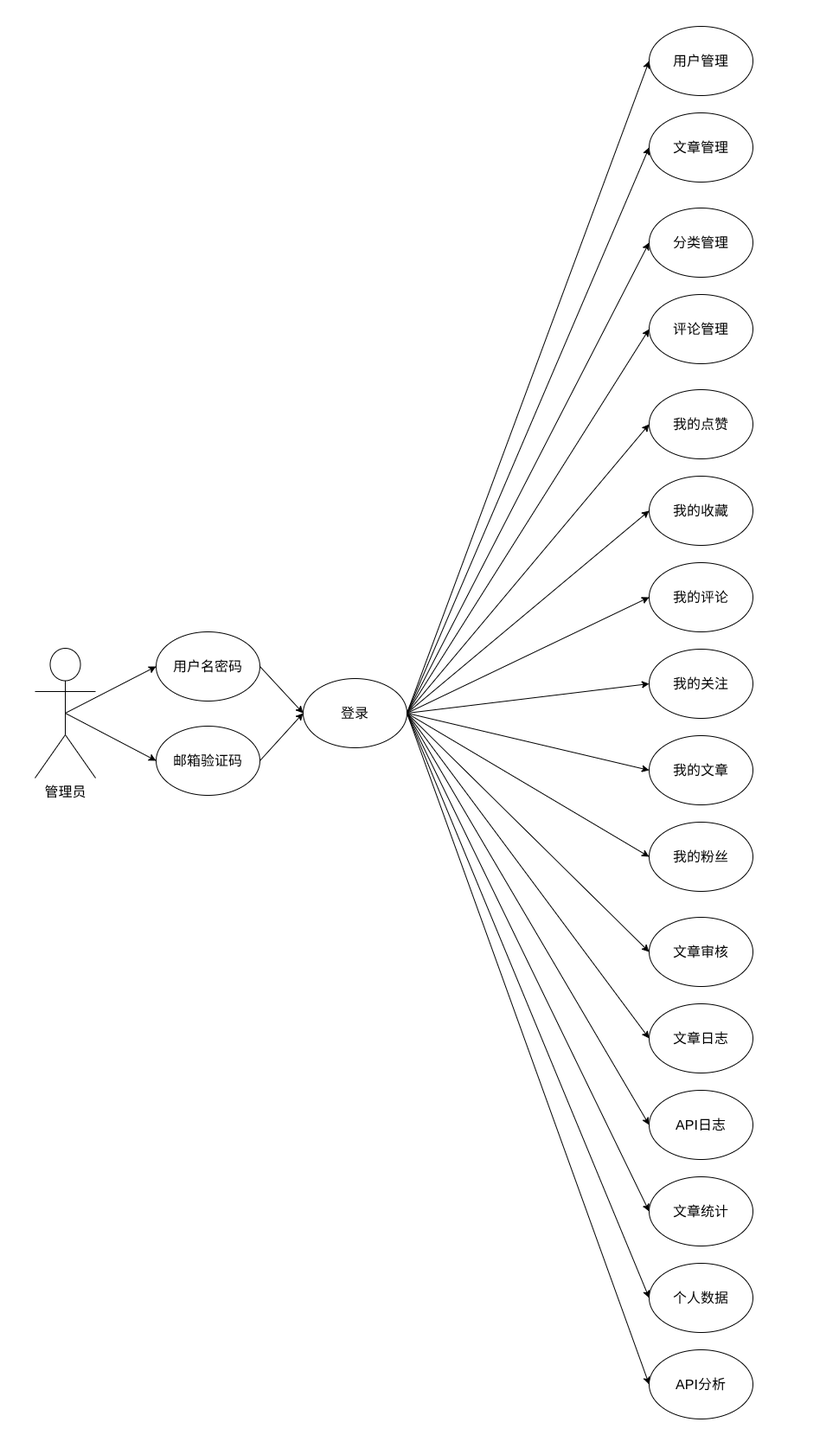
Above: static/pic/uml_admin.drawio.png in hongch666/mix-web-demo (draw.io), before the change. Source tidied: cells renumbered, new cells last; positions are measured from the earlier drawing's top-left corner, leaving out a move shared by most shapes.
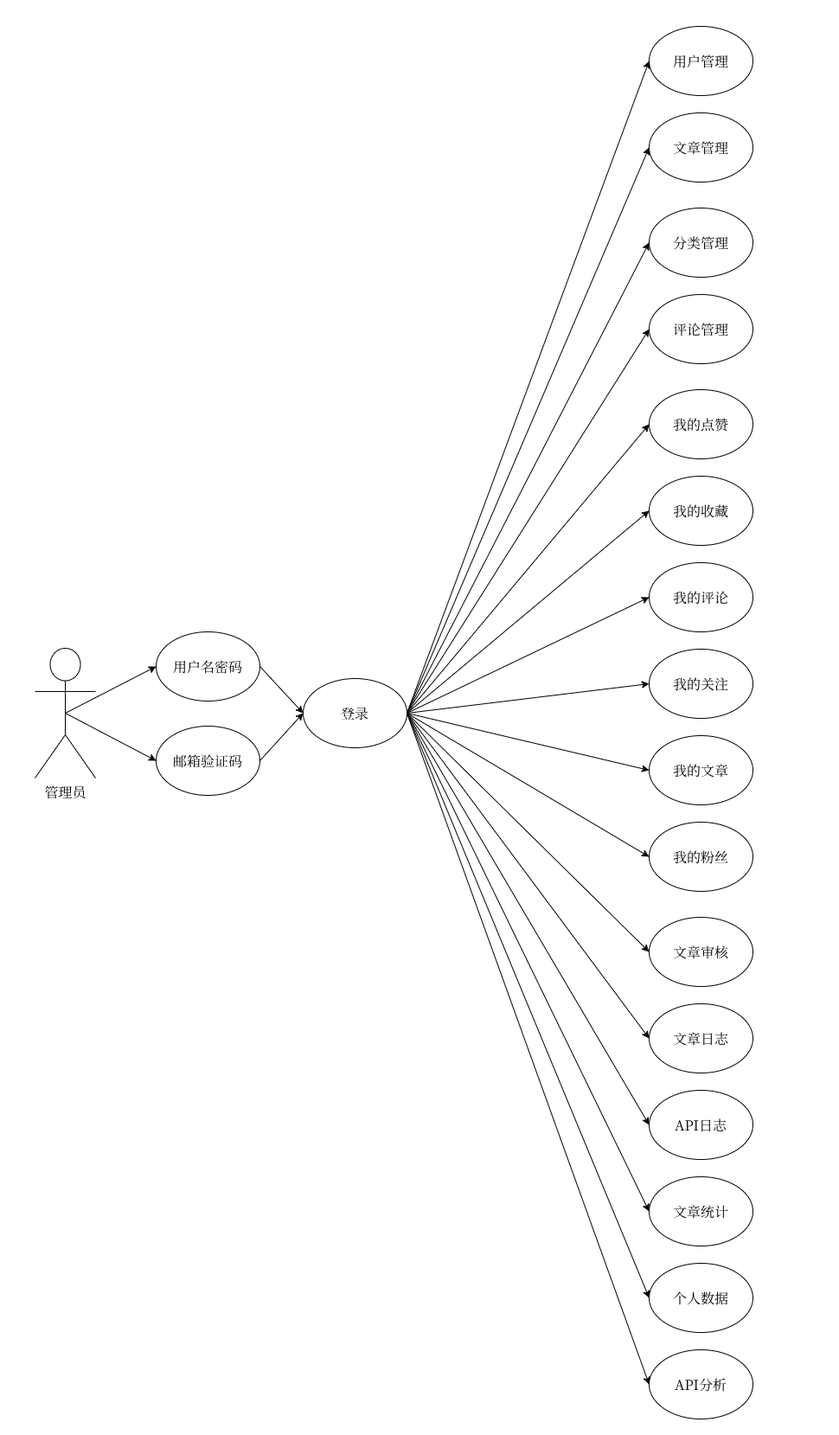
The same diagram one commit later.

What changed in the source:
```diff
@@ -2,139 +2,139 @@
   <root>
     <mxCell id="0" />
     <mxCell id="1" parent="0" />
-    <mxCell id="2" style="edgeStyle=none;html=1;exitX=0.5;exitY=0.5;exitDx=0;exitDy=0;exitPerimeter=0;entryX=0;entryY=0.5;entryDx=0;entryDy=0;" parent="1" edge="1" source="4" target="44">
+    <mxCell id="2" style="edgeStyle=none;html=1;exitX=0.5;exitY=0.5;exitDx=0;exitDy=0;exitPerimeter=0;entryX=0;entryY=0.5;entryDx=0;entryDy=0;fontFamily=宋体;" parent="1" edge="1" source="4" target="44">
       <mxGeometry relative="1" as="geometry" />
     </mxCell>
-    <mxCell id="3" style="edgeStyle=none;html=1;exitX=0.5;exitY=0.5;exitDx=0;exitDy=0;exitPerimeter=0;entryX=0;entryY=0.5;entryDx=0;entryDy=0;" parent="1" edge="1" source="4" target="46">
+    <mxCell id="3" style="edgeStyle=none;html=1;exitX=0.5;exitY=0.5;exitDx=0;exitDy=0;exitPerimeter=0;entryX=0;entryY=0.5;entryDx=0;entryDy=0;fontFamily=宋体;" parent="1" edge="1" source="4" target="46">
       <mxGeometry relative="1" as="geometry" />
     </mxCell>
-    <mxCell id="4" value="管理员" style="shape=umlActor;verticalLabelPosition=bottom;verticalAlign=top;outlineConnect=0;html=1;direction=east;fontSize=16;" parent="1" vertex="1">
+    <mxCell id="4" value="管理员" style="shape=umlActor;verticalLabelPosition=bottom;verticalAlign=top;outlineConnect=0;html=1;direction=east;fontSize=16;fontFamily=宋体;" parent="1" vertex="1">
       <mxGeometry x="40" y="749" width="70" height="150" as="geometry" />
     </mxCell>
-    <mxCell id="5" style="edgeStyle=none;html=1;exitX=1;exitY=0.5;exitDx=0;exitDy=0;entryX=0;entryY=0.5;entryDx=0;entryDy=0;" parent="1" edge="1" source="21" target="35">
+    <mxCell id="5" style="edgeStyle=none;html=1;exitX=1;exitY=0.5;exitDx=0;exitDy=0;entryX=0;entryY=0.5;entryDx=0;entryDy=0;fontFamily=宋体;" parent="1" edge="1" source="21" target="35">
       <mxGeometry relative="1" as="geometry" />
     </mxCell>
-    <mxCell id="6" style="edgeStyle=none;html=1;exitX=1;exitY=0.5;exitDx=0;exitDy=0;entryX=0;entryY=0.5;entryDx=0;entryDy=0;" parent="1" edge="1" source="21" target="22">
+    <mxCell id="6" style="edgeStyle=none;html=1;exitX=1;exitY=0.5;exitDx=0;exitDy=0;entryX=0;entryY=0.5;entryDx=0;entryDy=0;fontFamily=宋体;" parent="1" edge="1" source="21" target="22">
       <mxGeometry relative="1" as="geometry" />
     </mxCell>
-    <mxCell id="7" style="edgeStyle=none;html=1;exitX=1;exitY=0.5;exitDx=0;exitDy=0;entryX=0;entryY=0.5;entryDx=0;entryDy=0;" parent="1" edge="1" source="21" target="36">
+    <mxCell id="7" style="edgeStyle=none;html=1;exitX=1;exitY=0.5;exitDx=0;exitDy=0;entryX=0;entryY=0.5;entryDx=0;entryDy=0;fontFamily=宋体;" parent="1" edge="1" source="21" target="36">
       <mxGeometry relative="1" as="geometry" />
     </mxCell>
-    <mxCell id="8" style="edgeStyle=none;html=1;exitX=1;exitY=0.5;exitDx=0;exitDy=0;entryX=0;entryY=0.5;entryDx=0;entryDy=0;" parent="1" edge="1" source="21" target="37">
+    <mxCell id="8" style="edgeStyle=none;html=1;exitX=1;exitY=0.5;exitDx=0;exitDy=0;entryX=0;entryY=0.5;entryDx=0;entryDy=0;fontFamily=宋体;" parent="1" edge="1" source="21" target="37">
       <mxGeometry relative="1" as="geometry" />
     </mxCell>
-    <mxCell id="9" style="edgeStyle=none;html=1;exitX=1;exitY=0.5;exitDx=0;exitDy=0;entryX=0;entryY=0.5;entryDx=0;entryDy=0;" parent="1" edge="1" source="21" target="23">
+    <mxCell id="9" style="edgeStyle=none;html=1;exitX=1;exitY=0.5;exitDx=0;exitDy=0;entryX=0;entryY=0.5;entryDx=0;entryDy=0;fontFamily=宋体;" parent="1" edge="1" source="21" target="23">
       <mxGeometry relative="1" as="geometry" />
     </mxCell>
-    <mxCell id="10" style="edgeStyle=none;html=1;exitX=1;exitY=0.5;exitDx=0;exitDy=0;entryX=0;entryY=0.5;entryDx=0;entryDy=0;" parent="1" edge="1" source="21" target="24">
+    <mxCell id="10" style="edgeStyle=none;html=1;exitX=1;exitY=0.5;exitDx=0;exitDy=0;entryX=0;entryY=0.5;entryDx=0;entryDy=0;fontFamily=宋体;" parent="1" edge="1" source="21" target="24">
       <mxGeometry relative="1" as="geometry" />
     </mxCell>
-    <mxCell id="11" style="edgeStyle=none;html=1;exitX=1;exitY=0.5;exitDx=0;exitDy=0;entryX=0;entryY=0.5;entryDx=0;entryDy=0;" parent="1" edge="1" source="21" target="25">
+    <mxCell id="11" style="edgeStyle=none;html=1;exitX=1;exitY=0.5;exitDx=0;exitDy=0;entryX=0;entryY=0.5;entryDx=0;entryDy=0;fontFamily=宋体;" parent="1" edge="1" source="21" target="25">
       <mxGeometry relative="1" as="geometry" />
     </mxCell>
-    <mxCell id="12" style="edgeStyle=none;html=1;exitX=1;exitY=0.5;exitDx=0;exitDy=0;entryX=0;entryY=0.5;entryDx=0;entryDy=0;" parent="1" edge="1" source="21" target="26">
+    <mxCell id="12" style="edgeStyle=none;html=1;exitX=1;exitY=0.5;exitDx=0;exitDy=0;entryX=0;entryY=0.5;entryDx=0;entryDy=0;fontFamily=宋体;" parent="1" edge="1" source="21" target="26">
       <mxGeometry relative="1" as="geometry" />
     </mxCell>
-    <mxCell id="13" style="edgeStyle=none;html=1;exitX=1;exitY=0.5;exitDx=0;exitDy=0;entryX=0;entryY=0.5;entryDx=0;entryDy=0;" parent="1" edge="1" source="21" target="27">
+    <mxCell id="13" style="edgeStyle=none;html=1;exitX=1;exitY=0.5;exitDx=0;exitDy=0;entryX=0;entryY=0.5;entryDx=0;entryDy=0;fontFamily=宋体;" parent="1" edge="1" source="21" target="27">
       <mxGeometry relative="1" as="geometry" />
     </mxCell>
-    <mxCell id="14" style="edgeStyle=none;html=1;exitX=1;exitY=0.5;exitDx=0;exitDy=0;entryX=0;entryY=0.5;entryDx=0;entryDy=0;" parent="1" edge="1" source="21" target="28">
+    <mxCell id="14" style="edgeStyle=none;html=1;exitX=1;exitY=0.5;exitDx=0;exitDy=0;entryX=0;entryY=0.5;entryDx=0;entryDy=0;fontFamily=宋体;" parent="1" edge="1" source="21" target="28">
       <mxGeometry relative="1" as="geometry" />
     </mxCell>
-    <mxCell id="15" style="edgeStyle=none;html=1;exitX=1;exitY=0.5;exitDx=0;exitDy=0;entryX=0;entryY=0.5;entryDx=0;entryDy=0;" parent="1" edge="1" source="21" target="38">
+    <mxCell id="15" style="edgeStyle=none;html=1;exitX=1;exitY=0.5;exitDx=0;exitDy=0;entryX=0;entryY=0.5;entryDx=0;entryDy=0;fontFamily=宋体;" parent="1" edge="1" source="21" target="38">
       <mxGeometry relative="1" as="geometry" />
     </mxCell>
-    <mxCell id="16" style="edgeStyle=none;html=1;exitX=1;exitY=0.5;exitDx=0;exitDy=0;entryX=0;entryY=0.5;entryDx=0;entryDy=0;" parent="1" edge="1" source="21" target="39">
+    <mxCell id="16" style="edgeStyle=none;html=1;exitX=1;exitY=0.5;exitDx=0;exitDy=0;entryX=0;entryY=0.5;entryDx=0;entryDy=0;fontFamily=宋体;" parent="1" edge="1" source="21" target="39">
       <mxGeometry relative="1" as="geometry" />
     </mxCell>
-    <mxCell id="17" style="edgeStyle=none;html=1;exitX=1;exitY=0.5;exitDx=0;exitDy=0;entryX=0;entryY=0.5;entryDx=0;entryDy=0;" parent="1" edge="1" source="21" target="40">
+    <mxCell id="17" style="edgeStyle=none;html=1;exitX=1;exitY=0.5;exitDx=0;exitDy=0;entryX=0;entryY=0.5;entryDx=0;entryDy=0;fontFamily=宋体;" parent="1" edge="1" source="21" target="40">
       <mxGeometry relative="1" as="geometry" />
     </mxCell>
-    <mxCell id="18" style="edgeStyle=none;html=1;exitX=1;exitY=0.5;exitDx=0;exitDy=0;entryX=0;entryY=0.5;entryDx=0;entryDy=0;" parent="1" edge="1" source="21" target="29">
+    <mxCell id="18" style="edgeStyle=none;html=1;exitX=1;exitY=0.5;exitDx=0;exitDy=0;entryX=0;entryY=0.5;entryDx=0;entryDy=0;fontFamily=宋体;" parent="1" edge="1" source="21" target="29">
       <mxGeometry relative="1" as="geometry" />
     </mxCell>
-    <mxCell id="19" style="edgeStyle=none;html=1;exitX=1;exitY=0.5;exitDx=0;exitDy=0;entryX=0;entryY=0.5;entryDx=0;entryDy=0;" parent="1" edge="1" source="21" target="30">
+    <mxCell id="19" style="edgeStyle=none;html=1;exitX=1;exitY=0.5;exitDx=0;exitDy=0;entryX=0;entryY=0.5;entryDx=0;entryDy=0;fontFamily=宋体;" parent="1" edge="1" source="21" target="30">
       <mxGeometry relative="1" as="geometry" />
     </mxCell>
-    <mxCell id="20" style="edgeStyle=none;html=1;exitX=1;exitY=0.5;exitDx=0;exitDy=0;entryX=0;entryY=0.5;entryDx=0;entryDy=0;" parent="1" edge="1" source="21" target="41">
+    <mxCell id="20" style="edgeStyle=none;html=1;exitX=1;exitY=0.5;exitDx=0;exitDy=0;entryX=0;entryY=0.5;entryDx=0;entryDy=0;fontFamily=宋体;" parent="1" edge="1" source="21" target="41">
       <mxGeometry relative="1" as="geometry" />
     </mxCell>
-    <mxCell id="21" value="登录" style="ellipse;whiteSpace=wrap;html=1;fillColor=none;fontSize=16;" parent="1" vertex="1">
+    <mxCell id="21" value="登录" style="ellipse;whiteSpace=wrap;html=1;fillColor=none;fontSize=16;fontFamily=宋体;" parent="1" vertex="1">
       <mxGeometry x="350" y="784" width="120" height="80" as="geometry" />
     </mxCell>
-    <mxCell id="22" value="文章管理" style="ellipse;whiteSpace=wrap;html=1;fillColor=none;fontSize=16;" parent="1" vertex="1">
+    <mxCell id="22" value="文章管理" style="ellipse;whiteSpace=wrap;html=1;fillColor=none;fontSize=16;fontFamily=宋体;" parent="1" vertex="1">
       <mxGeometry x="750" y="130" width="120" height="80" as="geometry" />
     </mxCell>
-    <mxCell id="23" value="我的点赞" style="ellipse;whiteSpace=wrap;html=1;fillColor=none;fontSize=16;" parent="1" vertex="1">
+    <mxCell id="23" value="我的点赞" style="ellipse;whiteSpace=wrap;html=1;fillColor=none;fontSize=16;fontFamily=宋体;" parent="1" vertex="1">
       <mxGeometry x="750" y="450" width="120" height="80" as="geometry" />
     </mxCell>
-    <mxCell id="24" value="我的收藏" style="ellipse;whiteSpace=wrap;html=1;fillColor=none;fontSize=16;" parent="1" vertex="1">
+    <mxCell id="24" value="我的收藏" style="ellipse;whiteSpace=wrap;html=1;fillColor=none;fontSize=16;fontFamily=宋体;" parent="1" vertex="1">
       <mxGeometry x="750" y="550" width="120" height="80" as="geometry" />
     </mxCell>
-    <mxCell id="25" value="我的评论" style="ellipse;whiteSpace=wrap;html=1;fillColor=none;fontSize=16;" parent="1" vertex="1">
+    <mxCell id="25" value="我的评论" style="ellipse;whiteSpace=wrap;html=1;fillColor=none;fontSize=16;fontFamily=宋体;" parent="1" vertex="1">
       <mxGeometry x="750" y="650" width="120" height="80" as="geometry" />
     </mxCell>
-    <mxCell id="26" value="我的关注" style="ellipse;whiteSpace=wrap;html=1;fillColor=none;fontSize=16;" parent="1" vertex="1">
+    <mxCell id="26" value="我的关注" style="ellipse;whiteSpace=wrap;html=1;fillColor=none;fontSize=16;fontFamily=宋体;" parent="1" vertex="1">
       <mxGeometry x="750" y="750" width="120" height="80" as="geometry" />
     </mxCell>
-    <mxCell id="27" value="我的文章" style="ellipse;whiteSpace=wrap;html=1;fillColor=none;fontSize=16;" parent="1" vertex="1">
+    <mxCell id="27" value="我的文章" style="ellipse;whiteSpace=wrap;html=1;fillColor=none;fontSize=16;fontFamily=宋体;" parent="1" vertex="1">
       <mxGeometry x="750" y="850" width="120" height="80" as="geometry" />
     </mxCell>
-    <mxCell id="28" value="我的粉丝" style="ellipse;whiteSpace=wrap;html=1;fillColor=none;fontSize=16;" parent="1" vertex="1">
+    <mxCell id="28" value="我的粉丝" style="ellipse;whiteSpace=wrap;html=1;fillColor=none;fontSize=16;fontFamily=宋体;" parent="1" vertex="1">
       <mxGeometry x="750" y="950" width="120" height="80" as="geometry" />
     </mxCell>
-    <mxCell id="29" value="文章统计" style="ellipse;whiteSpace=wrap;html=1;fillColor=none;fontSize=16;" parent="1" vertex="1">
+    <mxCell id="29" value="文章统计" style="ellipse;whiteSpace=wrap;html=1;fillColor=none;fontSize=16;fontFamily=宋体;" parent="1" vertex="1">
       <mxGeometry x="750" y="1360" width="120" height="80" as="geometry" />
     </mxCell>
-    <mxCell id="30" value="个人数据" style="ellipse;whiteSpace=wrap;html=1;fillColor=none;fontSize=16;" parent="1" vertex="1">
+    <mxCell id="30" value="个人数据" style="ellipse;whiteSpace=wrap;html=1;fillColor=none;fontSize=16;fontFamily=宋体;" parent="1" vertex="1">
       <mxGeometry x="750" y="1460" width="120" height="80" as="geometry" />
     </mxCell>
-    <mxCell id="31" style="rounded=0;whiteSpace=wrap;html=1;textOpacity=0;labelBorderColor=light-dark(#000000,#FFFFFF);fontColor=none;noLabel=1;strokeColor=none;" parent="1" vertex="1">
+    <mxCell id="31" style="rounded=0;whiteSpace=wrap;html=1;textOpacity=0;labelBorderColor=light-dark(#000000,#FFFFFF);fontColor=none;noLabel=1;strokeColor=none;fontFamily=宋体;" parent="1" vertex="1">
       <mxGeometry y="809" width="20" height="30" as="geometry" />
     </mxCell>
-    <mxCell id="32" style="rounded=0;whiteSpace=wrap;html=1;textOpacity=0;labelBorderColor=light-dark(#000000,#FFFFFF);fontColor=none;noLabel=1;strokeColor=none;" parent="1" vertex="1">
+    <mxCell id="32" style="rounded=0;whiteSpace=wrap;html=1;textOpacity=0;labelBorderColor=light-dark(#000000,#FFFFFF);fontColor=none;noLabel=1;strokeColor=none;fontFamily=宋体;" parent="1" vertex="1">
       <mxGeometry x="450" y="1629" width="20" height="30" as="geometry" />
     </mxCell>
-    <mxCell id="33" style="rounded=0;whiteSpace=wrap;html=1;textOpacity=0;labelBorderColor=light-dark(#000000,#FFFFFF);fontColor=none;noLabel=1;strokeColor=none;" parent="1" vertex="1">
+    <mxCell id="33" style="rounded=0;whiteSpace=wrap;html=1;textOpacity=0;labelBorderColor=light-dark(#000000,#FFFFFF);fontColor=none;noLabel=1;strokeColor=none;fontFamily=宋体;" parent="1" vertex="1">
       <mxGeometry x="950" y="620" width="20" height="30" as="geometry" />
     </mxCell>
-    <mxCell id="34" style="rounded=0;whiteSpace=wrap;html=1;textOpacity=0;labelBorderColor=light-dark(#000000,#FFFFFF);fontColor=none;noLabel=1;strokeColor=none;" parent="1" vertex="1">
+    <mxCell id="34" style="rounded=0;whiteSpace=wrap;html=1;textOpacity=0;labelBorderColor=light-dark(#000000,#FFFFFF);fontColor=none;noLabel=1;strokeColor=none;fontFamily=宋体;" parent="1" vertex="1">
       <mxGeometry x="504" y="334" width="20" height="30" as="geometry" />
     </mxCell>
-    <mxCell id="35" value="用户管理" style="ellipse;whiteSpace=wrap;html=1;fillColor=none;fontSize=16;" parent="1" vertex="1">
+    <mxCell id="35" value="用户管理" style="ellipse;whiteSpace=wrap;html=1;fillColor=none;fontSize=16;fontFamily=宋体;" parent="1" vertex="1">
       <mxGeometry x="750" y="30" width="120" height="80" as="geometry" />
     </mxCell>
-    <mxCell id="36" value="分类管理" style="ellipse;whiteSpace=wrap;html=1;fillColor=none;fontSize=16;" parent="1" vertex="1">
+    <mxCell id="36" value="分类管理" style="ellipse;whiteSpace=wrap;html=1;fillColor=none;fontSize=16;fontFamily=宋体;" parent="1" vertex="1">
       <mxGeometry x="750" y="240" width="120" height="80" as="geometry" />
     </mxCell>
-    <mxCell id="37" value="评论管理" style="ellipse;whiteSpace=wrap;html=1;fillColor=none;fontSize=16;" parent="1" vertex="1">
+    <mxCell id="37" value="评论管理" style="ellipse;whiteSpace=wrap;html=1;fillColor=none;fontSize=16;fontFamily=宋体;" parent="1" vertex="1">
       <mxGeometry x="750" y="340" width="120" height="80" as="geometry" />
     </mxCell>
-    <mxCell id="38" value="文章审核" style="ellipse;whiteSpace=wrap;html=1;fillColor=none;fontSize=16;" parent="1" vertex="1">
+    <mxCell id="38" value="文章审核" style="ellipse;whiteSpace=wrap;html=1;fillColor=none;fontSize=16;fontFamily=宋体;" parent="1" vertex="1">
       <mxGeometry x="750" y="1060" width="120" height="80" as="geometry" />
     </mxCell>
-    <mxCell id="39" value="文章日志" style="ellipse;whiteSpace=wrap;html=1;fillColor=none;fontSize=16;" parent="1" vertex="1">
+    <mxCell id="39" value="文章日志" style="ellipse;whiteSpace=wrap;html=1;fillColor=none;fontSize=16;fontFamily=宋体;" parent="1" vertex="1">
       <mxGeometry x="750" y="1160" width="120" height="80" as="geometry" />
     </mxCell>
-    <mxCell id="40" value="API日志" style="ellipse;whiteSpace=wrap;html=1;fillColor=none;fontSize=16;" parent="1" vertex="1">
+    <mxCell id="40" value="API日志" style="ellipse;whiteSpace=wrap;html=1;fillColor=none;fontSize=16;fontFamily=宋体;" parent="1" vertex="1">
       <mxGeometry x="750" y="1260" width="120" height="80" as="geometry" />
     </mxCell>
-    <mxCell id="41" value="API分析" style="ellipse;whiteSpace=wrap;html=1;fillColor=none;fontSize=16;" parent="1" vertex="1">
+    <mxCell id="41" value="API分析" style="ellipse;whiteSpace=wrap;html=1;fillColor=none;fontSize=16;fontFamily=宋体;" parent="1" vertex="1">
       <mxGeometry x="750" y="1560" width="120" height="80" as="geometry" />
     </mxCell>
-    <mxCell id="42" style="rounded=0;whiteSpace=wrap;html=1;textOpacity=0;labelBorderColor=light-dark(#000000,#FFFFFF);fontColor=none;noLabel=1;strokeColor=none;" parent="1" vertex="1">
+    <mxCell id="42" style="rounded=0;whiteSpace=wrap;html=1;textOpacity=0;labelBorderColor=light-dark(#000000,#FFFFFF);fontColor=none;noLabel=1;strokeColor=none;fontFamily=宋体;" parent="1" vertex="1">
       <mxGeometry x="650" width="20" height="30" as="geometry" />
     </mxCell>
-    <mxCell id="43" style="edgeStyle=none;html=1;exitX=1;exitY=0.5;exitDx=0;exitDy=0;entryX=0;entryY=0.5;entryDx=0;entryDy=0;" parent="1" edge="1" source="44" target="21">
+    <mxCell id="43" style="edgeStyle=none;html=1;exitX=1;exitY=0.5;exitDx=0;exitDy=0;entryX=0;entryY=0.5;entryDx=0;entryDy=0;fontFamily=宋体;" parent="1" edge="1" source="44" target="21">
       <mxGeometry relative="1" as="geometry" />
     </mxCell>
-    <mxCell id="44" value="用户名密码" style="ellipse;whiteSpace=wrap;html=1;fillColor=none;fontSize=16;" parent="1" vertex="1">
+    <mxCell id="44" value="用户名密码" style="ellipse;whiteSpace=wrap;html=1;fillColor=none;fontSize=16;fontFamily=宋体;" parent="1" vertex="1">
       <mxGeometry x="180" y="730" width="120" height="80" as="geometry" />
     </mxCell>
-    <mxCell id="45" style="edgeStyle=none;html=1;exitX=1;exitY=0.5;exitDx=0;exitDy=0;entryX=0;entryY=0.5;entryDx=0;entryDy=0;" parent="1" edge="1" source="46" target="21">
+    <mxCell id="45" style="edgeStyle=none;html=1;exitX=1;exitY=0.5;exitDx=0;exitDy=0;entryX=0;entryY=0.5;entryDx=0;entryDy=0;fontFamily=宋体;" parent="1" edge="1" source="46" target="21">
       <mxGeometry relative="1" as="geometry" />
     </mxCell>
-    <mxCell id="46" value="邮箱验证码" style="ellipse;whiteSpace=wrap;html=1;fillColor=none;fontSize=16;" parent="1" vertex="1">
+    <mxCell id="46" value="邮箱验证码" style="ellipse;whiteSpace=wrap;html=1;fillColor=none;fontSize=16;fontFamily=宋体;" parent="1" vertex="1">
       <mxGeometry x="180" y="839" width="120" height="80" as="geometry" />
     </mxCell>
   </root>
```
